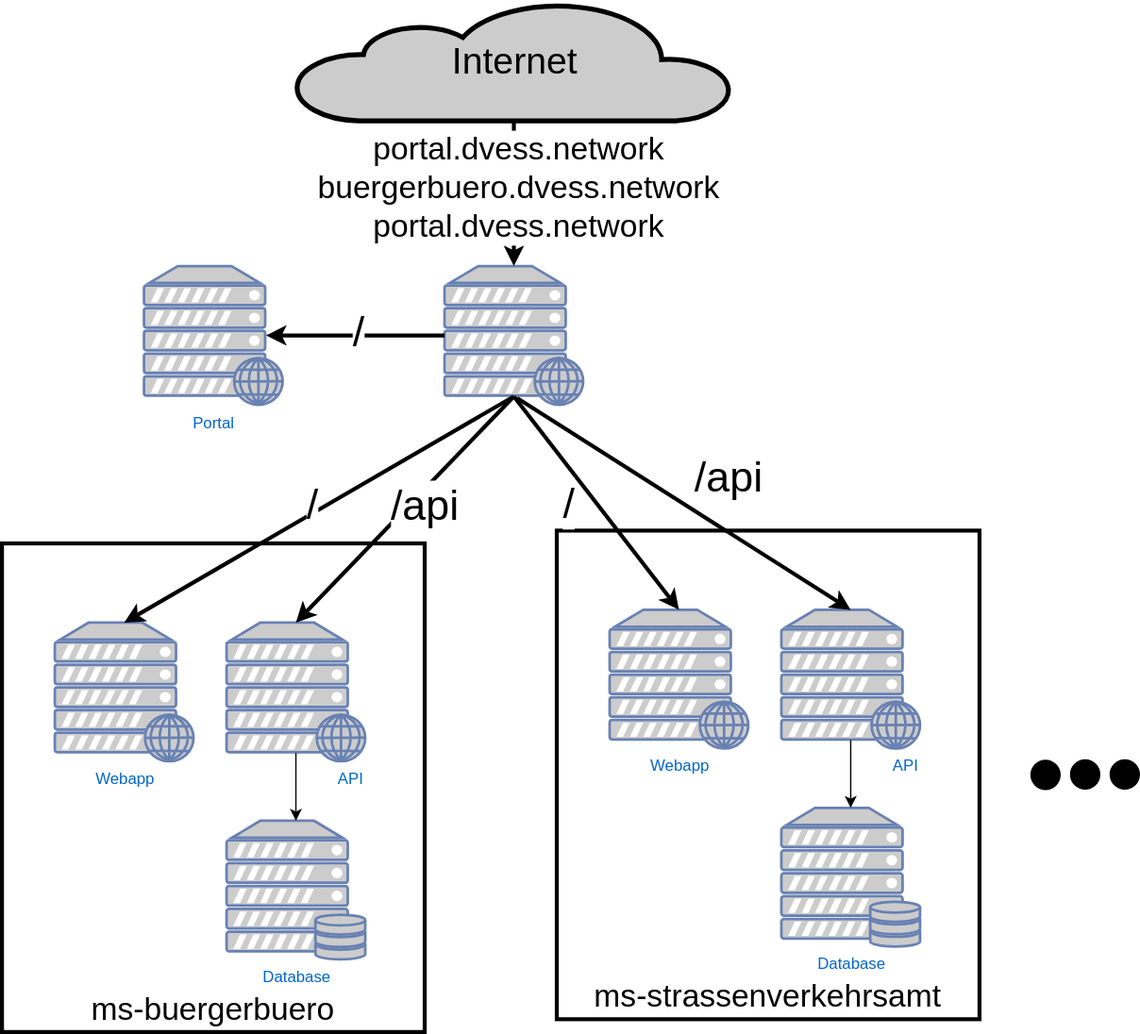
Above: docs/img/MS-Proxy.svg in SGSE-2020/Organisation (draw.io), before the change. Source tidied: cells renumbered, new cells last; positions are measured from the earlier drawing's top-left corner, leaving out a move shared by most shapes. Its diagram source:
```xml
<mxGraphModel background="#ffffff">
  <root>
    <mxCell id="0" />
    <mxCell id="1" parent="0" />
    <mxCell id="2" value="&lt;span style=&quot;font-size: 24px&quot;&gt;ms-buergerbuero&lt;/span&gt;" style="rounded=0;whiteSpace=wrap;html=1;align=center;horizontal=1;verticalAlign=bottom;strokeWidth=3;perimeterSpacing=0;" parent="1" vertex="1">
      <mxGeometry y="410" width="320" height="370" as="geometry" />
    </mxCell>
    <mxCell id="3" value="Internet" style="html=1;fillColor=#CCCCCC;strokeColor=#000000;gradientColor=none;gradientDirection=north;strokeWidth=2;shape=mxgraph.networks.cloud;fontColor=#000000;rounded=0;shadow=0;comic=0;align=center;fontSize=28;" parent="1" vertex="1">
      <mxGeometry x="222.5" width="330" height="90" as="geometry" />
    </mxCell>
    <mxCell id="4" style="fontColor=#0066CC;verticalAlign=top;verticalLabelPosition=bottom;labelPosition=center;align=center;html=1;outlineConnect=0;fillColor=#CCCCCC;strokeColor=#6881B3;gradientColor=none;gradientDirection=north;strokeWidth=2;shape=mxgraph.networks.web_server;" parent="1" vertex="1">
      <mxGeometry x="335" y="200" width="105" height="105" as="geometry" />
    </mxCell>
    <mxCell id="5" value="Webapp" style="fontColor=#0066CC;verticalAlign=top;verticalLabelPosition=bottom;labelPosition=center;align=center;html=1;outlineConnect=0;fillColor=#CCCCCC;strokeColor=#6881B3;gradientColor=none;gradientDirection=north;strokeWidth=2;shape=mxgraph.networks.web_server;" parent="1" vertex="1">
      <mxGeometry x="40" y="470" width="105" height="105" as="geometry" />
    </mxCell>
    <mxCell id="6" value="API" style="fontColor=#0066CC;verticalAlign=top;verticalLabelPosition=bottom;labelPosition=center;align=right;html=1;outlineConnect=0;fillColor=#CCCCCC;strokeColor=#6881B3;gradientColor=none;gradientDirection=north;strokeWidth=2;shape=mxgraph.networks.web_server;" parent="1" vertex="1">
      <mxGeometry x="170" y="470" width="105" height="105" as="geometry" />
    </mxCell>
    <mxCell id="7" value="Database" style="fontColor=#0066CC;verticalAlign=top;verticalLabelPosition=bottom;labelPosition=center;align=center;html=1;outlineConnect=0;fillColor=#CCCCCC;strokeColor=#6881B3;gradientColor=none;gradientDirection=north;strokeWidth=2;shape=mxgraph.networks.server_storage;" parent="1" vertex="1">
      <mxGeometry x="170" y="620" width="105" height="105" as="geometry" />
    </mxCell>
    <mxCell id="8" style="endArrow=classic;html=1;entryX=0.5;entryY=0;entryDx=0;entryDy=0;exitX=0.5;exitY=0.94;exitDx=0;exitDy=0;exitPerimeter=0;entryPerimeter=0;fontSize=32;strokeWidth=3;" parent="1" edge="1" source="4" target="6">
      <mxGeometry relative="1" as="geometry" />
    </mxCell>
    <mxCell id="9" value="&lt;font style=&quot;font-size: 32px&quot;&gt;/api&lt;/font&gt;" style="edgeLabel;html=1;align=center;verticalAlign=middle;" parent="8" vertex="1">
      <mxGeometry x="-0.19" y="1" relative="1" as="geometry">
        <mxPoint x="-1.7" y="13.6" as="offset" />
      </mxGeometry>
    </mxCell>
    <mxCell id="10" style="endArrow=classic;html=1;entryX=0.5;entryY=0;entryDx=0;entryDy=0;entryPerimeter=0;exitX=0.5;exitY=0.94;exitDx=0;exitDy=0;exitPerimeter=0;strokeWidth=3;" parent="1" edge="1" source="4" target="5">
      <mxGeometry relative="1" as="geometry" />
    </mxCell>
    <mxCell id="11" value="/" style="edgeLabel;html=1;align=center;verticalAlign=middle;fontSize=32;" parent="10" vertex="1">
      <mxGeometry x="-0.32" y="1" relative="1" as="geometry">
        <mxPoint x="-52.2" y="23" as="offset" />
      </mxGeometry>
    </mxCell>
    <mxCell id="12" style="endArrow=classic;html=1;fontSize=32;entryX=0.5;entryY=0;entryDx=0;entryDy=0;entryPerimeter=0;exitX=0.5;exitY=0.94;exitDx=0;exitDy=0;exitPerimeter=0;" parent="1" edge="1" source="6" target="7">
      <mxGeometry relative="1" as="geometry" />
    </mxCell>
    <mxCell id="13" style="endArrow=classic;html=1;entryX=0.5;entryY=0;entryDx=0;entryDy=0;entryPerimeter=0;exitX=0.5;exitY=1;exitDx=0;exitDy=0;exitPerimeter=0;strokeWidth=3;" parent="1" edge="1" source="3" target="4">
      <mxGeometry relative="1" as="geometry" />
    </mxCell>
    <mxCell id="14" value="portal.dvess.network&lt;br style=&quot;font-size: 24px&quot;&gt;buergerbuero.dvess.network&lt;br style=&quot;font-size: 24px&quot;&gt;portal.dvess.network" style="edgeLabel;html=1;align=center;verticalAlign=middle;fontSize=24;fontColor=#000000;" parent="13" vertex="1">
      <mxGeometry x="-0.26" y="3" relative="1" as="geometry">
        <mxPoint y="10" as="offset" />
      </mxGeometry>
    </mxCell>
    <mxCell id="15" value="&lt;font style=&quot;font-size: 24px&quot;&gt;ms-strassenverkehrsamt&lt;/font&gt;" style="rounded=0;whiteSpace=wrap;html=1;align=center;horizontal=1;verticalAlign=bottom;strokeWidth=3;perimeterSpacing=0;" parent="1" vertex="1">
      <mxGeometry x="420" y="400.3" width="320" height="370" as="geometry" />
    </mxCell>
    <mxCell id="16" value="Webapp" style="fontColor=#0066CC;verticalAlign=top;verticalLabelPosition=bottom;labelPosition=center;align=center;html=1;outlineConnect=0;fillColor=#CCCCCC;strokeColor=#6881B3;gradientColor=none;gradientDirection=north;strokeWidth=2;shape=mxgraph.networks.web_server;" parent="1" vertex="1">
      <mxGeometry x="460" y="460.3" width="105" height="105" as="geometry" />
    </mxCell>
    <mxCell id="17" value="API" style="fontColor=#0066CC;verticalAlign=top;verticalLabelPosition=bottom;labelPosition=center;align=right;html=1;outlineConnect=0;fillColor=#CCCCCC;strokeColor=#6881B3;gradientColor=none;gradientDirection=north;strokeWidth=2;shape=mxgraph.networks.web_server;" parent="1" vertex="1">
      <mxGeometry x="590" y="460.3" width="105" height="105" as="geometry" />
    </mxCell>
    <mxCell id="18" value="Database" style="fontColor=#0066CC;verticalAlign=top;verticalLabelPosition=bottom;labelPosition=center;align=center;html=1;outlineConnect=0;fillColor=#CCCCCC;strokeColor=#6881B3;gradientColor=none;gradientDirection=north;strokeWidth=2;shape=mxgraph.networks.server_storage;" parent="1" vertex="1">
      <mxGeometry x="590" y="610.3" width="105" height="105" as="geometry" />
    </mxCell>
    <mxCell id="19" style="endArrow=classic;html=1;entryX=0.5;entryY=0;entryDx=0;entryDy=0;entryPerimeter=0;fontSize=32;strokeWidth=3;" parent="1" edge="1" target="17">
      <mxGeometry relative="1" as="geometry">
        <mxPoint x="390" y="300" as="sourcePoint" />
      </mxGeometry>
    </mxCell>
    <mxCell id="20" value="&lt;font style=&quot;font-size: 32px&quot;&gt;/api&lt;/font&gt;" style="edgeLabel;html=1;align=center;verticalAlign=middle;" parent="19" vertex="1">
      <mxGeometry x="-0.19" y="1" relative="1" as="geometry">
        <mxPoint x="57.3" y="-4" as="offset" />
      </mxGeometry>
    </mxCell>
    <mxCell id="21" style="endArrow=classic;html=1;entryX=0.5;entryY=0;entryDx=0;entryDy=0;entryPerimeter=0;exitX=0.5;exitY=0.94;exitDx=0;exitDy=0;exitPerimeter=0;strokeWidth=3;" parent="1" edge="1" source="4" target="16">
      <mxGeometry relative="1" as="geometry" />
    </mxCell>
    <mxCell id="22" value="/" style="edgeLabel;html=1;align=center;verticalAlign=middle;fontSize=32;" parent="21" vertex="1">
      <mxGeometry x="-0.32" y="1" relative="1" as="geometry">
        <mxPoint x="-2.1" y="26.5" as="offset" />
      </mxGeometry>
    </mxCell>
    <mxCell id="23" style="endArrow=classic;html=1;fontSize=32;entryX=0.5;entryY=0;entryDx=0;entryDy=0;entryPerimeter=0;exitX=0.5;exitY=0.94;exitDx=0;exitDy=0;exitPerimeter=0;" parent="1" edge="1" source="17" target="18">
      <mxGeometry relative="1" as="geometry" />
    </mxCell>
    <mxCell id="24" value="Portal" style="fontColor=#0066CC;verticalAlign=top;verticalLabelPosition=bottom;labelPosition=center;align=center;html=1;outlineConnect=0;fillColor=#CCCCCC;strokeColor=#6881B3;gradientColor=none;gradientDirection=north;strokeWidth=2;shape=mxgraph.networks.web_server;" parent="1" vertex="1">
      <mxGeometry x="107.5" y="200" width="105" height="105" as="geometry" />
    </mxCell>
    <mxCell id="25" style="endArrow=classic;html=1;entryX=0.88;entryY=0.5;entryDx=0;entryDy=0;entryPerimeter=0;exitX=0;exitY=0.5;exitDx=0;exitDy=0;exitPerimeter=0;strokeWidth=3;" parent="1" edge="1" source="4" target="24">
      <mxGeometry relative="1" as="geometry" />
    </mxCell>
    <mxCell id="26" value="/" style="edgeLabel;html=1;align=center;verticalAlign=middle;fontSize=32;" parent="25" vertex="1">
      <mxGeometry x="-0.32" y="1" relative="1" as="geometry">
        <mxPoint x="-19" y="-3.5" as="offset" />
      </mxGeometry>
    </mxCell>
    <mxCell id="27" style="ellipse;whiteSpace=wrap;html=1;rounded=0;strokeColor=#000000;strokeWidth=3;fontSize=24;fontColor=#000000;align=center;labelBorderColor=none;labelBackgroundColor=#000000;gradientColor=none;fillColor=#000000;" parent="1" vertex="1">
      <mxGeometry x="780" y="575.3" width="20" height="20" as="geometry" />
    </mxCell>
    <mxCell id="28" style="ellipse;whiteSpace=wrap;html=1;rounded=0;strokeColor=#000000;strokeWidth=3;fontSize=24;fontColor=#000000;align=center;labelBorderColor=none;labelBackgroundColor=#000000;gradientColor=none;fillColor=#000000;" parent="1" vertex="1">
      <mxGeometry x="810" y="575" width="20" height="20" as="geometry" />
    </mxCell>
    <mxCell id="29" style="ellipse;whiteSpace=wrap;html=1;rounded=0;strokeColor=#000000;strokeWidth=3;fontSize=24;fontColor=#000000;align=center;labelBorderColor=none;labelBackgroundColor=#000000;gradientColor=none;fillColor=#000000;" parent="1" vertex="1">
      <mxGeometry x="840" y="575" width="20" height="20" as="geometry" />
    </mxCell>
  </root>
</mxGraphModel>
```
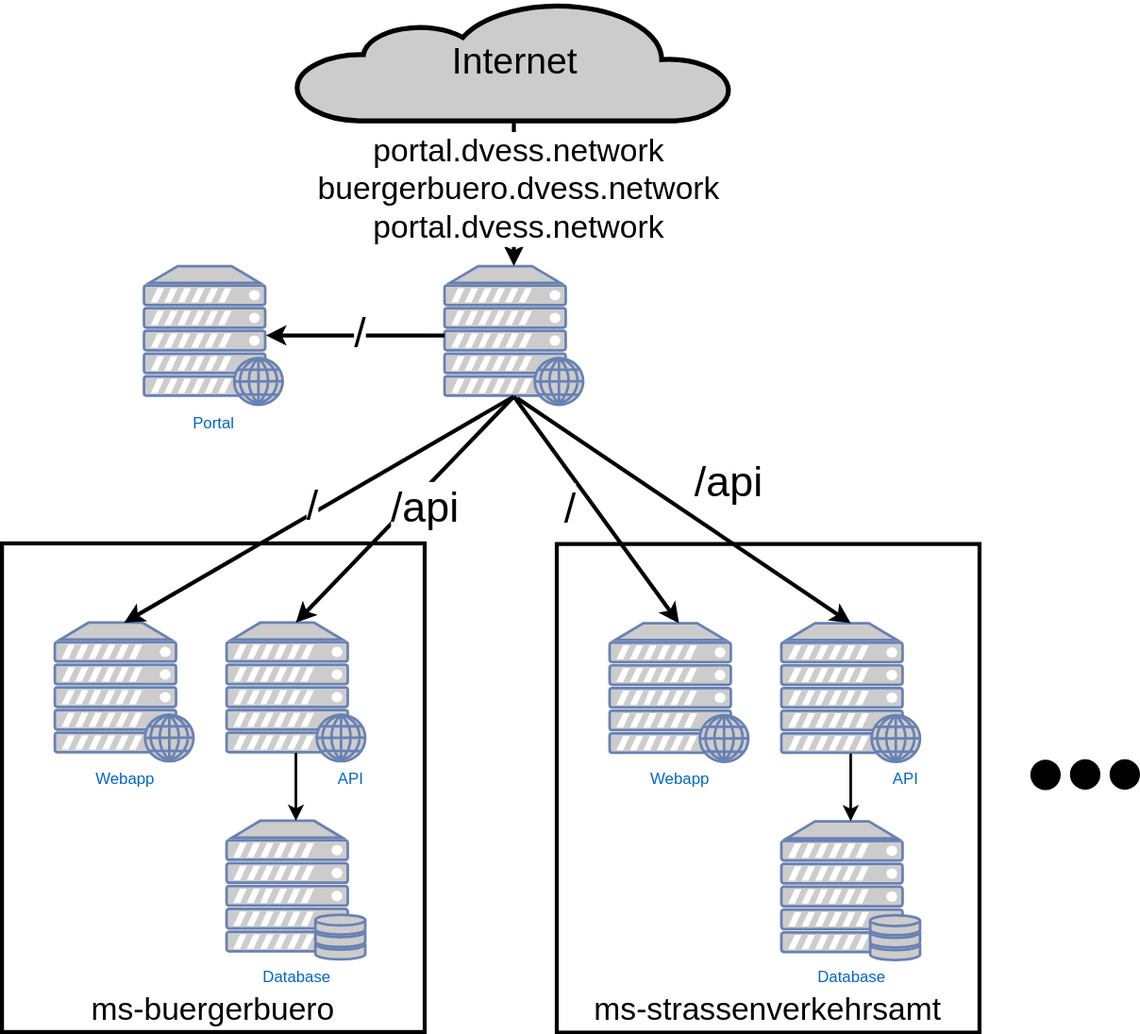
Above is the later version.

Diff of the diagram source:
```diff
@@ -36,7 +36,7 @@
         <mxPoint x="-52.2" y="23" as="offset" />
       </mxGeometry>
     </mxCell>
-    <mxCell id="12" style="endArrow=classic;html=1;fontSize=32;entryX=0.5;entryY=0;entryDx=0;entryDy=0;entryPerimeter=0;exitX=0.5;exitY=0.94;exitDx=0;exitDy=0;exitPerimeter=0;" parent="1" edge="1" source="6" target="7">
+    <mxCell id="12" style="endArrow=classic;html=1;fontSize=32;entryX=0.5;entryY=0;entryDx=0;entryDy=0;entryPerimeter=0;exitX=0.5;exitY=0.94;exitDx=0;exitDy=0;exitPerimeter=0;strokeWidth=2;" parent="1" edge="1" source="6" target="7">
       <mxGeometry relative="1" as="geometry" />
     </mxCell>
     <mxCell id="13" style="endArrow=classic;html=1;entryX=0.5;entryY=0;entryDx=0;entryDy=0;entryPerimeter=0;exitX=0.5;exitY=1;exitDx=0;exitDy=0;exitPerimeter=0;strokeWidth=3;" parent="1" edge="1" source="3" target="4">
@@ -48,16 +48,16 @@
       </mxGeometry>
     </mxCell>
     <mxCell id="15" value="&lt;font style=&quot;font-size: 24px&quot;&gt;ms-strassenverkehrsamt&lt;/font&gt;" style="rounded=0;whiteSpace=wrap;html=1;align=center;horizontal=1;verticalAlign=bottom;strokeWidth=3;perimeterSpacing=0;" parent="1" vertex="1">
-      <mxGeometry x="420" y="400.3" width="320" height="370" as="geometry" />
+      <mxGeometry x="420" y="410.4" width="320" height="370" as="geometry" />
     </mxCell>
     <mxCell id="16" value="Webapp" style="fontColor=#0066CC;verticalAlign=top;verticalLabelPosition=bottom;labelPosition=center;align=center;html=1;outlineConnect=0;fillColor=#CCCCCC;strokeColor=#6881B3;gradientColor=none;gradientDirection=north;strokeWidth=2;shape=mxgraph.networks.web_server;" parent="1" vertex="1">
-      <mxGeometry x="460" y="460.3" width="105" height="105" as="geometry" />
+      <mxGeometry x="460" y="470.4" width="105" height="105" as="geometry" />
     </mxCell>
     <mxCell id="17" value="API" style="fontColor=#0066CC;verticalAlign=top;verticalLabelPosition=bottom;labelPosition=center;align=right;html=1;outlineConnect=0;fillColor=#CCCCCC;strokeColor=#6881B3;gradientColor=none;gradientDirection=north;strokeWidth=2;shape=mxgraph.networks.web_server;" parent="1" vertex="1">
-      <mxGeometry x="590" y="460.3" width="105" height="105" as="geometry" />
+      <mxGeometry x="590" y="470.4" width="105" height="105" as="geometry" />
     </mxCell>
     <mxCell id="18" value="Database" style="fontColor=#0066CC;verticalAlign=top;verticalLabelPosition=bottom;labelPosition=center;align=center;html=1;outlineConnect=0;fillColor=#CCCCCC;strokeColor=#6881B3;gradientColor=none;gradientDirection=north;strokeWidth=2;shape=mxgraph.networks.server_storage;" parent="1" vertex="1">
-      <mxGeometry x="590" y="610.3" width="105" height="105" as="geometry" />
+      <mxGeometry x="590" y="620.4" width="105" height="105" as="geometry" />
     </mxCell>
     <mxCell id="19" style="endArrow=classic;html=1;entryX=0.5;entryY=0;entryDx=0;entryDy=0;entryPerimeter=0;fontSize=32;strokeWidth=3;" parent="1" edge="1" target="17">
       <mxGeometry relative="1" as="geometry">
@@ -77,7 +77,7 @@
         <mxPoint x="-2.1" y="26.5" as="offset" />
       </mxGeometry>
     </mxCell>
-    <mxCell id="23" style="endArrow=classic;html=1;fontSize=32;entryX=0.5;entryY=0;entryDx=0;entryDy=0;entryPerimeter=0;exitX=0.5;exitY=0.94;exitDx=0;exitDy=0;exitPerimeter=0;" parent="1" edge="1" source="17" target="18">
+    <mxCell id="23" style="endArrow=classic;html=1;fontSize=32;entryX=0.5;entryY=0;entryDx=0;entryDy=0;entryPerimeter=0;exitX=0.5;exitY=0.94;exitDx=0;exitDy=0;exitPerimeter=0;strokeWidth=2;" parent="1" edge="1" source="17" target="18">
       <mxGeometry relative="1" as="geometry" />
     </mxCell>
     <mxCell id="24" value="Portal" style="fontColor=#0066CC;verticalAlign=top;verticalLabelPosition=bottom;labelPosition=center;align=center;html=1;outlineConnect=0;fillColor=#CCCCCC;strokeColor=#6881B3;gradientColor=none;gradientDirection=north;strokeWidth=2;shape=mxgraph.networks.web_server;" parent="1" vertex="1">
```
